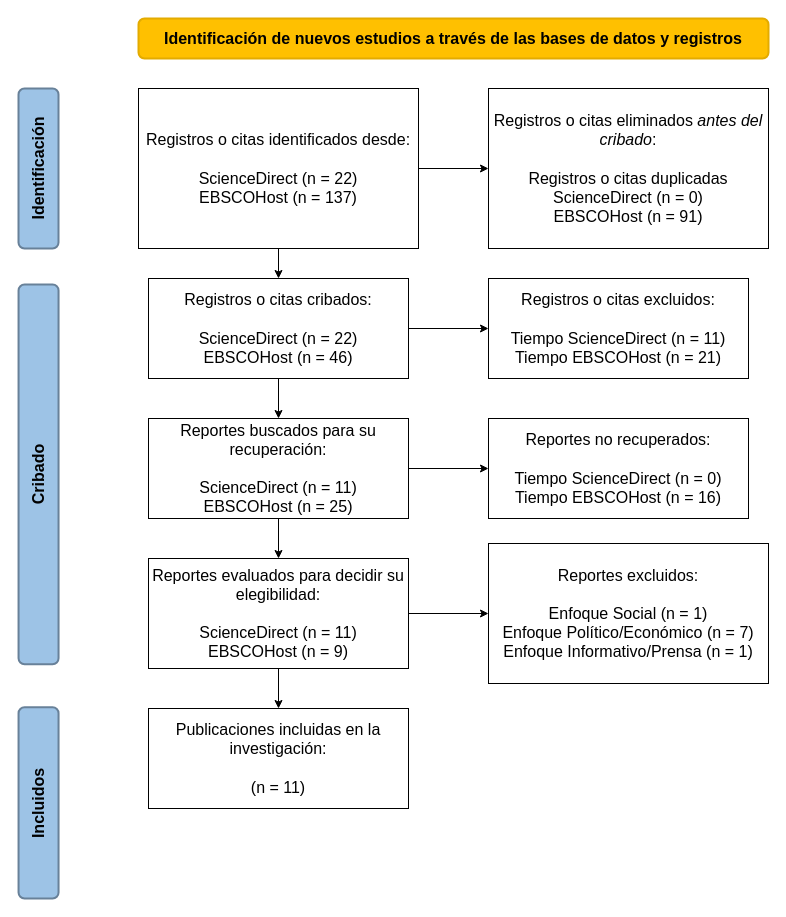
Before: Template-Flujograma.drawio in aretesatori/flujograma-PRISMA, a draw.io diagram. Source tidied: cells renumbered, new cells numbered last; positions are measured from the earlier drawing's top-left corner, leaving out a move shared by most shapes. Both pictures are drawn from the tidied source at 100%, with x=0, y=0 at pixel (-152, 18).
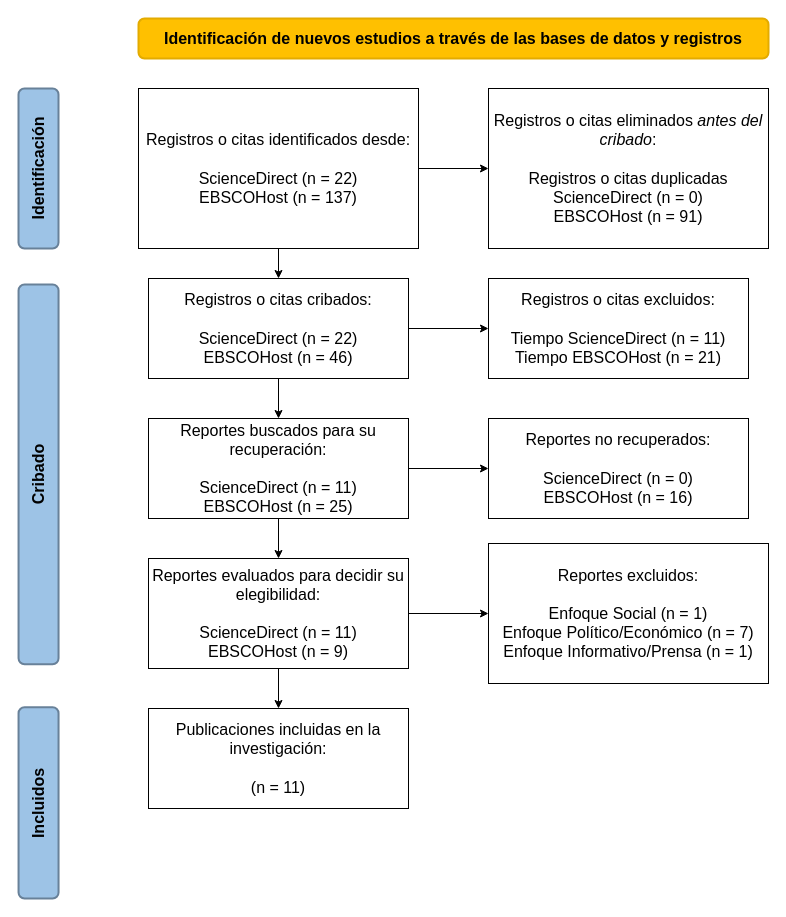
The same page after the edit.

Diff of the diagram source:
```diff
@@
-    <mxCell id="18" value="&lt;div&gt;&lt;font style=&quot;font-size: 16px;&quot; face=&quot;Arial&quot;&gt;Reportes n&lt;/font&gt;&lt;font size=&quot;3&quot;&gt;o recuperados:&lt;/font&gt;&lt;/div&gt;&lt;div&gt;&lt;font size=&quot;3&quot;&gt;&lt;br&gt;&lt;/font&gt;&lt;/div&gt;&lt;div&gt;&lt;font size=&quot;3&quot;&gt;Tiempo ScienceDirect (n = 0)&lt;/font&gt;&lt;/div&gt;&lt;div&gt;&lt;font size=&quot;3&quot;&gt;Tiempo EBSCOHost (n = 16)&lt;br&gt;&lt;/font&gt;&lt;/div&gt;" style="rounded=0;whiteSpace=wrap;html=1;" parent="1" vertex="1">
+    <mxCell id="18" value="&lt;div&gt;&lt;font style=&quot;font-size: 16px;&quot; face=&quot;Arial&quot;&gt;Reportes n&lt;/font&gt;&lt;font size=&quot;3&quot;&gt;o recuperados:&lt;/font&gt;&lt;/div&gt;&lt;div&gt;&lt;font size=&quot;3&quot;&gt;&lt;br&gt;&lt;/font&gt;&lt;/div&gt;&lt;div&gt;&lt;font size=&quot;3&quot;&gt;ScienceDirect (n = 0)&lt;/font&gt;&lt;/div&gt;&lt;div&gt;&lt;font size=&quot;3&quot;&gt;EBSCOHost (n = 16)&lt;br&gt;&lt;/font&gt;&lt;/div&gt;" style="rounded=0;whiteSpace=wrap;html=1;" parent="1" vertex="1">
       <mxGeometry x="640" y="400" width="260" height="100" as="geometry" />
     </mxCell>
```
